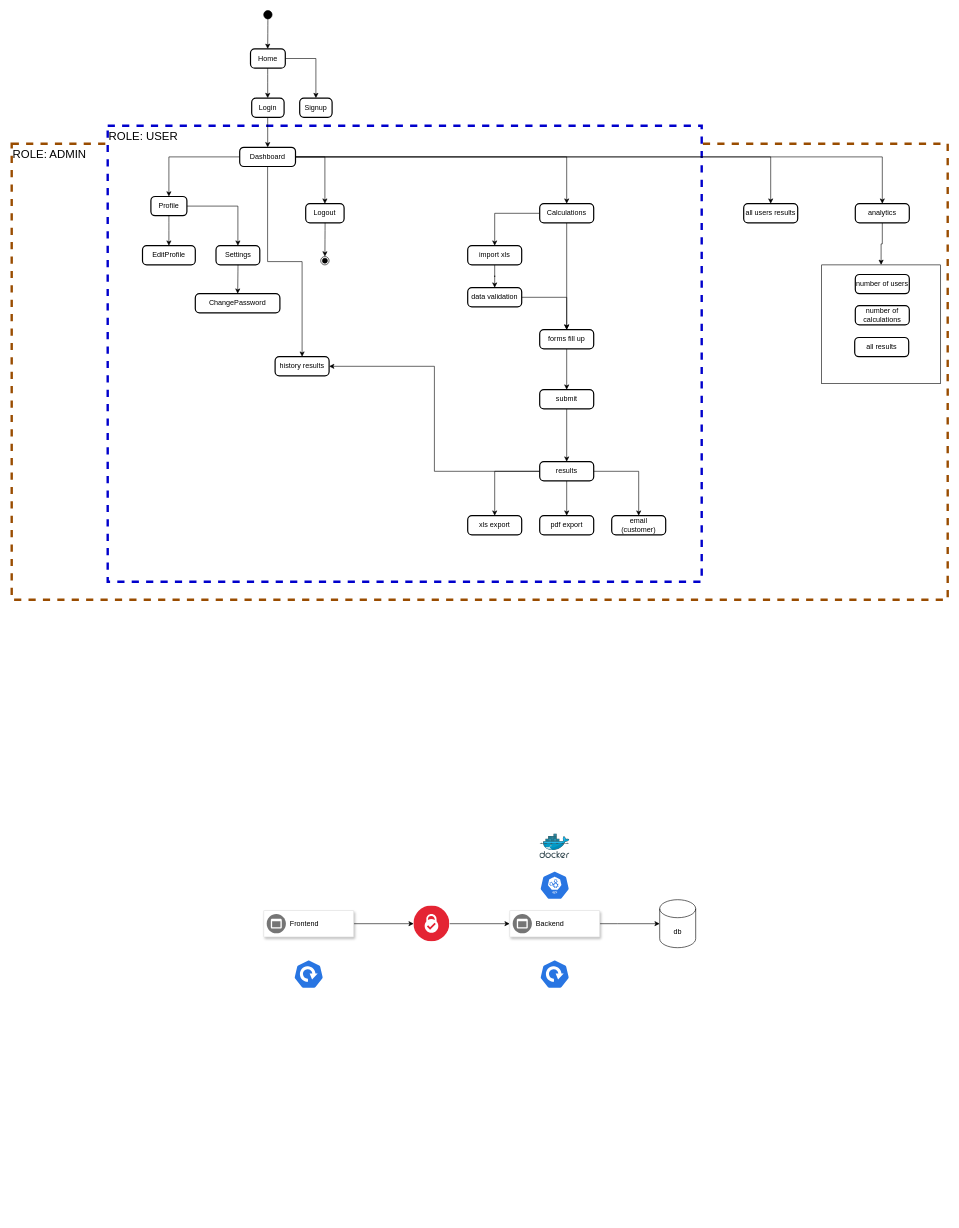
This is Diagram bez tytułu.drawio from igregor/drawio-files, a draw.io file, before an edit. Source tidied: cells renumbered, new cells numbered last; positions are measured from the earlier drawing's top-left corner, leaving out a move shared by most shapes. Both pictures are drawn from the tidied source at 60%, with x=0, y=0 at pixel (11, 10).
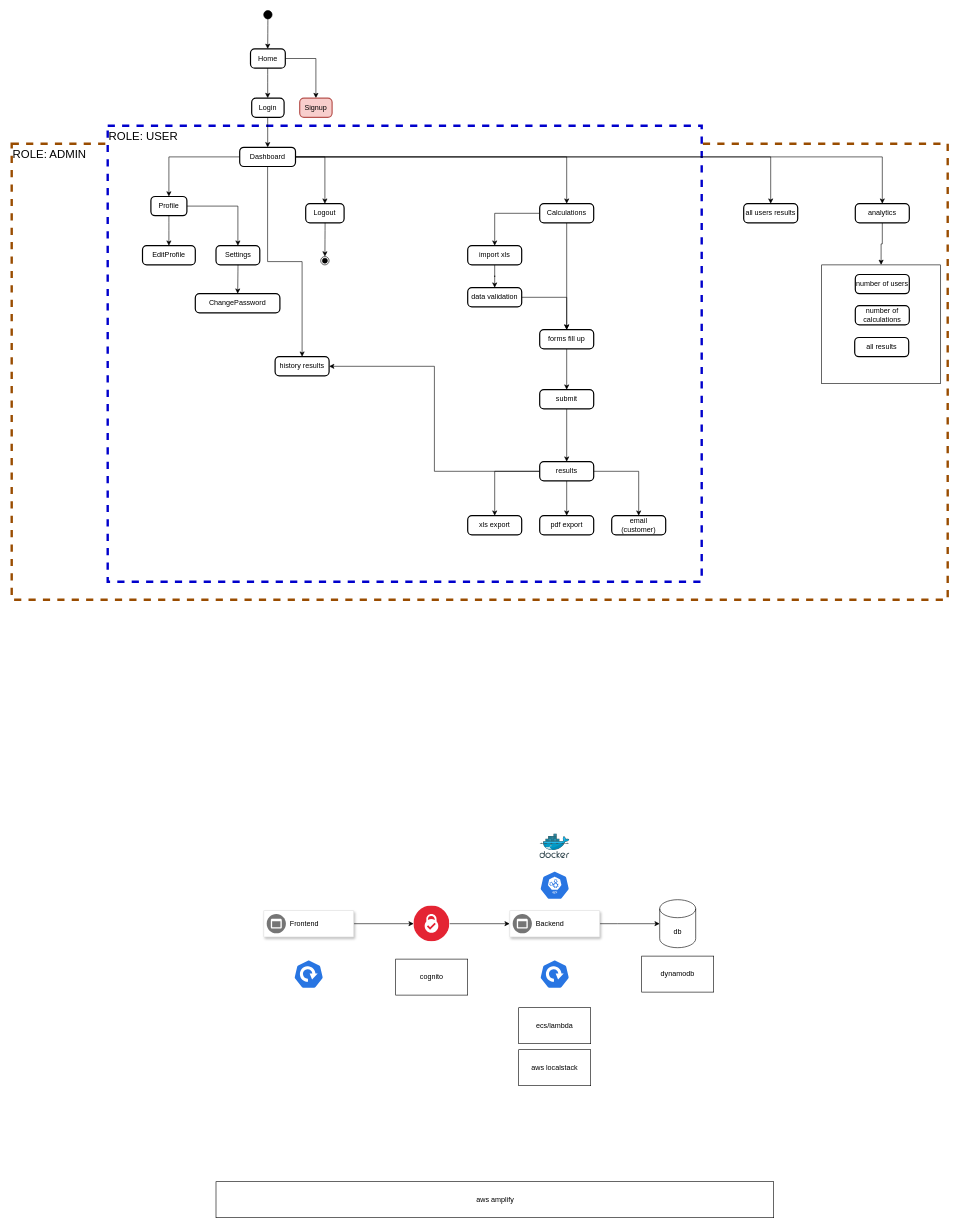
The same diagram, later.

Change to the diagram source:
```diff
@@
-    <mxCell id="28" value="Signup" style="rounded=1;absoluteArcSize=1;arcSize=14;whiteSpace=wrap;strokeWidth=2;" parent="1" vertex="1">
+    <mxCell id="28" value="Signup" style="rounded=1;absoluteArcSize=1;arcSize=14;whiteSpace=wrap;strokeWidth=2;fillColor=#f8cecc;strokeColor=#b85450;" parent="1" vertex="1">
       <mxGeometry x="480" y="146" width="54" height="32" as="geometry" />
     </mxCell>
@@
+    <mxCell id="69" value="cognito" style="rounded=0;whiteSpace=wrap;html=1;" parent="1" vertex="1">
+      <mxGeometry x="640" y="1581" width="120" height="60" as="geometry" />
+    </mxCell>
+    <mxCell id="70" value="dynamodb" style="rounded=0;whiteSpace=wrap;html=1;" parent="1" vertex="1">
+      <mxGeometry x="1050" y="1576" width="120" height="60" as="geometry" />
+    </mxCell>
+    <mxCell id="71" value="ecs/lambda" style="rounded=0;whiteSpace=wrap;html=1;" parent="1" vertex="1">
+      <mxGeometry x="845" y="1662" width="120" height="60" as="geometry" />
+    </mxCell>
+    <mxCell id="72" value="aws localstack" style="rounded=0;whiteSpace=wrap;html=1;" parent="1" vertex="1">
+      <mxGeometry x="845" y="1732" width="120" height="60" as="geometry" />
+    </mxCell>
+    <mxCell id="73" value="aws amplify" style="rounded=0;whiteSpace=wrap;html=1;" parent="1" vertex="1">
+      <mxGeometry x="340.5" y="1952" width="929.5" height="60" as="geometry" />
+    </mxCell>
```
